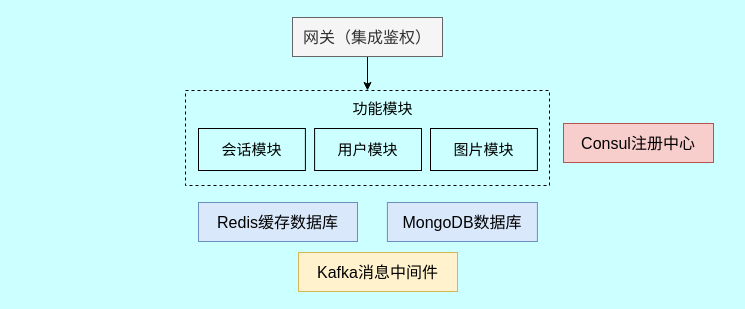
Above: page "功能架构" (2 of 4) of findMe-UML.dio in swsk33/find-me-cloud (draw.io), before the change. Source tidied: cells renumbered, new cells numbered last; positions are measured from the earlier drawing's top-left corner, leaving out a move shared by most shapes. Both pictures are drawn from the tidied source at 100%, with x=0, y=0 at pixel (185, 17).
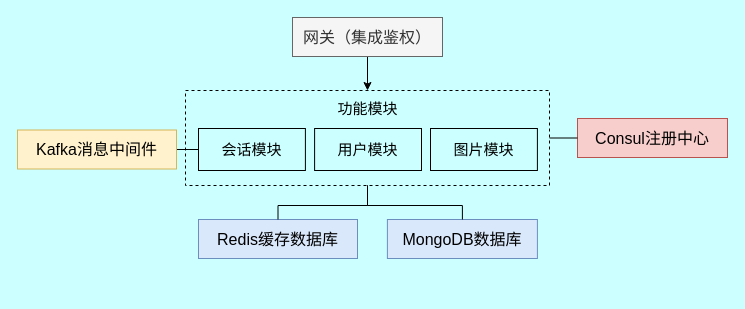
The same page after the edit.

Change to the diagram source:
```diff
@@
 <mxGraphModel background="#CCFFFF">
   <root>
     <mxCell id="0" />
     <mxCell id="1" parent="0" />
     <mxCell id="2" style="edgeStyle=orthogonalEdgeStyle;rounded=0;jettySize=auto;html=1;exitX=0.5;exitY=1;exitDx=0;exitDy=0;entryX=0.5;entryY=0;entryDx=0;entryDy=0;" parent="1" edge="1" source="3" target="7">
       <mxGeometry relative="1" as="geometry" />
     </mxCell>
     <mxCell id="3" value="&lt;font style=&quot;font-size: 16px;&quot;&gt;网关（集成鉴权）&lt;/font&gt;" style="rounded=0;whiteSpace=wrap;html=1;strokeColor=#666666;fillColor=#f5f5f5;fontColor=#333333;" parent="1" vertex="1">
       <mxGeometry x="107" width="150" height="39" as="geometry" />
     </mxCell>
     <mxCell id="4" value="&lt;span style=&quot;font-size: 16px;&quot;&gt;Consul注册中心&lt;/span&gt;" style="rounded=0;whiteSpace=wrap;html=1;strokeColor=#b85450;fillColor=#f8cecc;" parent="1" vertex="1">
-      <mxGeometry x="378" y="106" width="150" height="39" as="geometry" />
+      <mxGeometry x="392" y="101" width="150" height="39" as="geometry" />
     </mxCell>
     <mxCell id="5" value="&lt;span style=&quot;font-size: 16px;&quot;&gt;MongoDB数据库&lt;/span&gt;" style="rounded=0;whiteSpace=wrap;html=1;strokeColor=#6c8ebf;fillColor=#dae8fc;" parent="1" vertex="1">
-      <mxGeometry x="201.9" y="185" width="150" height="39" as="geometry" />
+      <mxGeometry x="201.9" y="202" width="150" height="39" as="geometry" />
     </mxCell>
     <mxCell id="6" value="&lt;span style=&quot;font-size: 16px;&quot;&gt;Redis缓存数据库&lt;/span&gt;" style="rounded=0;whiteSpace=wrap;html=1;strokeColor=#6c8ebf;fillColor=#dae8fc;" parent="1" vertex="1">
-      <mxGeometry x="13" y="185" width="159" height="39" as="geometry" />
+      <mxGeometry x="13" y="202" width="159" height="39" as="geometry" />
     </mxCell>
+    <mxCell id="13" style="edgeStyle=orthogonalEdgeStyle;rounded=0;jettySize=auto;html=1;exitX=1;exitY=0.5;exitDx=0;exitDy=0;entryX=0;entryY=0.5;entryDx=0;entryDy=0;endArrow=none;endFill=0;" parent="1" edge="1" source="7" target="4">
+      <mxGeometry relative="1" as="geometry" />
+    </mxCell>
+    <mxCell id="14" style="edgeStyle=orthogonalEdgeStyle;rounded=0;jettySize=auto;html=1;exitX=0.5;exitY=1;exitDx=0;exitDy=0;entryX=0.5;entryY=0;entryDx=0;entryDy=0;endArrow=none;endFill=0;" parent="1" edge="1" source="7" target="6">
+      <mxGeometry relative="1" as="geometry" />
+    </mxCell>
+    <mxCell id="15" style="edgeStyle=orthogonalEdgeStyle;rounded=0;jettySize=auto;html=1;exitX=0.5;exitY=1;exitDx=0;exitDy=0;endArrow=none;endFill=0;" parent="1" edge="1" source="7" target="5">
+      <mxGeometry relative="1" as="geometry" />
+    </mxCell>
     <mxCell id="7" style="rounded=0;whiteSpace=wrap;html=1;fillColor=none;dashed=1;" parent="1" vertex="1">
       <mxGeometry y="73" width="364" height="95" as="geometry" />
     </mxCell>
     <mxCell id="8" value="&lt;font style=&quot;font-size: 15px;&quot;&gt;功能模块&lt;/font&gt;" style="text;html=1;align=center;verticalAlign=middle;strokeColor=none;fillColor=none;" parent="1" vertex="1">
-      <mxGeometry x="158" y="76" width="78" height="30" as="geometry" />
+      <mxGeometry x="143" y="76" width="78" height="30" as="geometry" />
     </mxCell>
+    <mxCell id="16" style="edgeStyle=orthogonalEdgeStyle;rounded=0;jettySize=auto;html=1;exitX=0;exitY=0.5;exitDx=0;exitDy=0;entryX=1;entryY=0.5;entryDx=0;entryDy=0;endArrow=none;endFill=0;" parent="1" edge="1" source="9" target="12">
+      <mxGeometry relative="1" as="geometry" />
+    </mxCell>
     <mxCell id="9" value="会话模块" style="rounded=0;whiteSpace=wrap;html=1;fontSize=15;fillColor=none;" parent="1" vertex="1">
       <mxGeometry x="13" y="111" width="106.9" height="42" as="geometry" />
     </mxCell>
     <mxCell id="10" value="用户模块" style="rounded=0;whiteSpace=wrap;html=1;fontSize=15;fillColor=none;" parent="1" vertex="1">
       <mxGeometry x="129.1" y="111" width="106.9" height="42" as="geometry" />
     </mxCell>
     <mxCell id="11" value="图片模块" style="rounded=0;whiteSpace=wrap;html=1;fontSize=15;fillColor=none;" parent="1" vertex="1">
       <mxGeometry x="245" y="111" width="106.9" height="42" as="geometry" />
     </mxCell>
     <mxCell id="12" value="&lt;span style=&quot;font-size: 16px;&quot;&gt;Kafka消息中间件&lt;/span&gt;" style="rounded=0;whiteSpace=wrap;html=1;strokeColor=#d6b656;fillColor=#fff2cc;" parent="1" vertex="1">
-      <mxGeometry x="113" y="235" width="159" height="39" as="geometry" />
+      <mxGeometry x="-168" y="112.5" width="159" height="39" as="geometry" />
     </mxCell>
   </root>
 </mxGraphModel>
```
